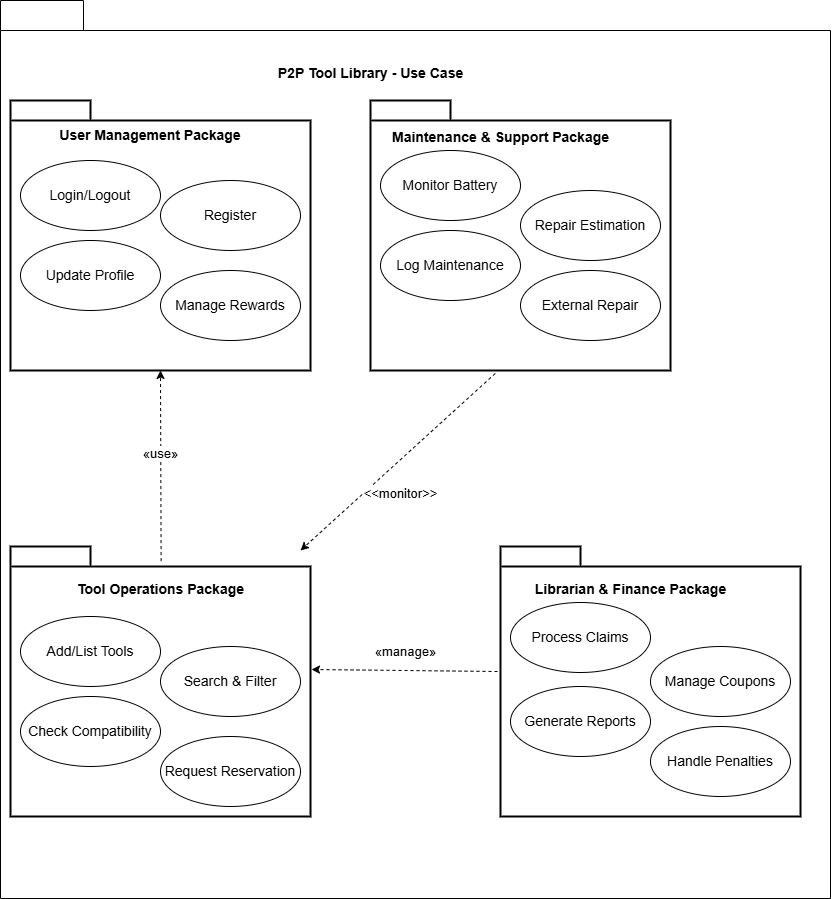
Above: SE Project/Package/usecasepackage.png in M7moudAbdallah01/P2P-Specialized-Tool-Library-SE1- (draw.io), before the change. Source tidied: cells renumbered, new cells last; positions are measured from the earlier drawing's top-left corner, leaving out a move shared by most shapes.
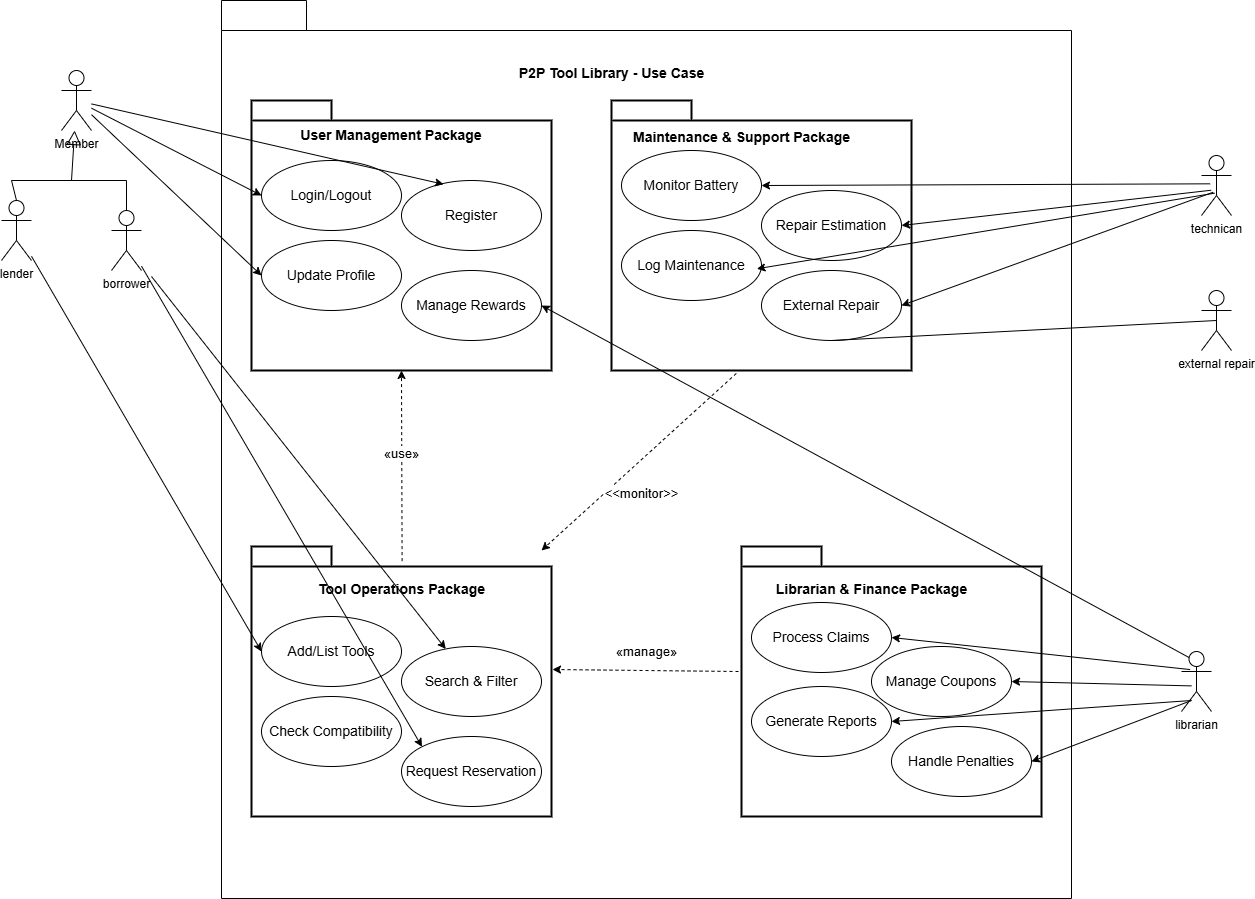
After the change.

Diff of the diagram source:
```diff
@@ -3,7 +3,7 @@
     <mxCell id="0" />
     <mxCell id="1" parent="0" />
     <mxCell id="2" style="shape=folder;fontStyle=1;tabWidth=80;tabHeight=30;tabPosition=left;html=1;boundedLbl=1;whiteSpace=wrap;" parent="1" vertex="1">
-      <mxGeometry width="830" height="898" as="geometry" />
+      <mxGeometry x="-20" width="850" height="898" as="geometry" />
     </mxCell>
     <mxCell id="3" style="shape=folder;tabWidth=80;tabHeight=20;tabPosition=left;strokeWidth=2;html=1;whiteSpace=wrap;align=center;" parent="1" vertex="1">
       <mxGeometry x="10" y="100" width="300" height="270" as="geometry" />
@@ -69,7 +69,7 @@
       <mxGeometry x="510" y="602" width="140" height="70" as="geometry" />
     </mxCell>
     <mxCell id="24" value="&lt;span style=&quot;font-family: sans-serif; font-size: 14px; text-align: start; white-space: nowrap; background-color: rgb(255, 255, 255);&quot;&gt;Manage Coupons&lt;/span&gt;" style="ellipse;whiteSpace=wrap;html=1;" parent="1" vertex="1">
-      <mxGeometry x="650" y="646" width="140" height="70" as="geometry" />
+      <mxGeometry x="630" y="646" width="140" height="70" as="geometry" />
     </mxCell>
     <mxCell id="25" value="&lt;span style=&quot;font-family: sans-serif; font-size: 14px; text-align: start; white-space: nowrap; background-color: rgb(255, 255, 255);&quot;&gt;Generate Reports&lt;/span&gt;" style="ellipse;whiteSpace=wrap;html=1;" parent="1" vertex="1">
       <mxGeometry x="510" y="686" width="140" height="70" as="geometry" />
@@ -102,5 +102,92 @@
     <mxCell id="33" value="&lt;span style=&quot;font-family: sans-serif; font-size: 14px; text-align: start; background-color: rgb(255, 255, 255);&quot;&gt;P2P Tool Library - Use Case&lt;/span&gt;" style="text;align=center;fontStyle=1;verticalAlign=middle;spacingLeft=3;spacingRight=3;strokeColor=none;html=1;" parent="1" vertex="1">
       <mxGeometry x="330" y="60" width="80" height="26" as="geometry" />
     </mxCell>
+    <mxCell id="34" value="Member" style="shape=umlActor;verticalLabelPosition=bottom;verticalAlign=top;html=1;outlineConnect=0;" parent="1" vertex="1">
+      <mxGeometry x="-180" y="70" width="30" height="60" as="geometry" />
+    </mxCell>
+    <mxCell id="35" value="lender" style="shape=umlActor;verticalLabelPosition=bottom;verticalAlign=top;html=1;outlineConnect=0;" parent="1" vertex="1">
+      <mxGeometry x="-240" y="200" width="30" height="60" as="geometry" />
+    </mxCell>
+    <mxCell id="36" value="borrower" style="shape=umlActor;verticalLabelPosition=bottom;verticalAlign=top;html=1;outlineConnect=0;" parent="1" vertex="1">
+      <mxGeometry x="-130" y="210" width="30" height="60" as="geometry" />
+    </mxCell>
+    <mxCell id="37" style="endArrow=none;html=1;rounded=0;entryX=0.5;entryY=0;entryDx=0;entryDy=0;entryPerimeter=0;exitX=0.5;exitY=0;exitDx=0;exitDy=0;exitPerimeter=0;" parent="1" edge="1" source="35" target="36">
+      <mxGeometry relative="1" as="geometry">
+        <Array as="points">
+          <mxPoint x="-230" y="180" />
+          <mxPoint x="-115" y="180" />
+        </Array>
+      </mxGeometry>
+    </mxCell>
+    <mxCell id="38" style="edgeStyle=none;html=1;endArrow=block;endFill=0;endSize=12;verticalAlign=bottom;rounded=0;" parent="1" edge="1" target="34">
+      <mxGeometry relative="1" as="geometry">
+        <mxPoint x="-170" y="180" as="sourcePoint" />
+      </mxGeometry>
+    </mxCell>
+    <mxCell id="39" style="edgeStyle=none;html=1;endArrow=classic;verticalAlign=bottom;rounded=0;entryX=0;entryY=0.5;entryDx=0;entryDy=0;endFill=1;" parent="1" edge="1" source="34" target="5">
+      <mxGeometry relative="1" as="geometry" />
+    </mxCell>
+    <mxCell id="40" style="edgeStyle=none;html=1;endArrow=classic;verticalAlign=bottom;rounded=0;entryX=0.3;entryY=0.054;entryDx=0;entryDy=0;endFill=1;entryPerimeter=0;" parent="1" edge="1" source="34" target="6">
+      <mxGeometry relative="1" as="geometry" />
+    </mxCell>
+    <mxCell id="41" style="edgeStyle=none;html=1;endArrow=classic;verticalAlign=bottom;rounded=0;entryX=0;entryY=0.5;entryDx=0;entryDy=0;endFill=1;" parent="1" edge="1" source="34" target="7">
+      <mxGeometry relative="1" as="geometry" />
+    </mxCell>
+    <mxCell id="42" style="edgeStyle=none;html=1;endArrow=classic;verticalAlign=bottom;rounded=0;entryX=0;entryY=0.5;entryDx=0;entryDy=0;endFill=1;" parent="1" edge="1" source="35" target="17">
+      <mxGeometry relative="1" as="geometry" />
+    </mxCell>
+    <mxCell id="43" style="edgeStyle=none;html=1;endArrow=classic;verticalAlign=bottom;rounded=0;entryX=0;entryY=0;entryDx=0;entryDy=0;endFill=1;" parent="1" edge="1" source="36" target="20">
+      <mxGeometry relative="1" as="geometry" />
+    </mxCell>
+    <mxCell id="44" style="edgeStyle=none;html=1;endArrow=classic;verticalAlign=bottom;rounded=0;endFill=1;" parent="1" edge="1" target="18">
+      <mxGeometry relative="1" as="geometry">
+        <mxPoint x="-90" y="276" as="sourcePoint" />
+      </mxGeometry>
+    </mxCell>
+    <mxCell id="45" value="librarian" style="shape=umlActor;html=1;verticalLabelPosition=bottom;verticalAlign=top;align=center;" parent="1" vertex="1">
+      <mxGeometry x="940" y="651" width="30" height="60" as="geometry" />
+    </mxCell>
+    <mxCell id="46" style="edgeStyle=none;html=1;endArrow=none;verticalAlign=bottom;rounded=0;endFill=0;startArrow=classic;startFill=1;exitX=1;exitY=0.5;exitDx=0;exitDy=0;" parent="1" edge="1" source="24">
+      <mxGeometry relative="1" as="geometry">
+        <mxPoint x="950" y="685.4" as="targetPoint" />
+      </mxGeometry>
+    </mxCell>
+    <mxCell id="47" style="edgeStyle=none;html=1;endArrow=none;verticalAlign=bottom;rounded=0;exitX=1;exitY=0.5;exitDx=0;exitDy=0;startArrow=classic;startFill=1;" parent="1" edge="1" source="26">
+      <mxGeometry relative="1" as="geometry">
+        <mxPoint x="950" y="700" as="targetPoint" />
+      </mxGeometry>
+    </mxCell>
+    <mxCell id="48" style="edgeStyle=none;html=1;endArrow=none;verticalAlign=bottom;rounded=0;exitX=1;exitY=0.5;exitDx=0;exitDy=0;entryX=0.288;entryY=0.301;entryDx=0;entryDy=0;entryPerimeter=0;startArrow=classic;startFill=1;" parent="1" edge="1" source="23" target="45">
+      <mxGeometry relative="1" as="geometry" />
+    </mxCell>
+    <mxCell id="49" style="edgeStyle=none;html=1;endArrow=none;verticalAlign=bottom;rounded=0;exitX=1;exitY=0.5;exitDx=0;exitDy=0;startArrow=classic;startFill=1;" parent="1" edge="1" source="25">
+      <mxGeometry relative="1" as="geometry">
+        <mxPoint x="950" y="700" as="targetPoint" />
+      </mxGeometry>
+    </mxCell>
+    <mxCell id="50" style="edgeStyle=none;html=1;endArrow=none;verticalAlign=bottom;rounded=0;exitX=1;exitY=0.5;exitDx=0;exitDy=0;entryX=0.25;entryY=0.1;entryDx=0;entryDy=0;entryPerimeter=0;startArrow=classic;startFill=1;" parent="1" edge="1" source="8" target="45">
+      <mxGeometry relative="1" as="geometry" />
+    </mxCell>
+    <mxCell id="51" value="technican" style="shape=umlActor;html=1;verticalLabelPosition=bottom;verticalAlign=top;align=center;" parent="1" vertex="1">
+      <mxGeometry x="960" y="155" width="30" height="60" as="geometry" />
+    </mxCell>
+    <mxCell id="52" style="edgeStyle=none;html=1;endArrow=none;verticalAlign=bottom;rounded=0;exitX=1;exitY=0.5;exitDx=0;exitDy=0;entryX=0.289;entryY=0.472;entryDx=0;entryDy=0;entryPerimeter=0;startArrow=classic;startFill=1;" parent="1" edge="1" source="11" target="51">
+      <mxGeometry relative="1" as="geometry" />
+    </mxCell>
+    <mxCell id="53" style="edgeStyle=none;html=1;endArrow=none;verticalAlign=bottom;rounded=0;exitX=1;exitY=0.5;exitDx=0;exitDy=0;entryX=0.322;entryY=0.579;entryDx=0;entryDy=0;entryPerimeter=0;startArrow=classic;startFill=1;" parent="1" edge="1" source="12" target="51">
+      <mxGeometry relative="1" as="geometry" />
+    </mxCell>
+    <mxCell id="54" style="edgeStyle=none;html=1;endArrow=none;verticalAlign=bottom;rounded=0;exitX=1;exitY=0.5;exitDx=0;exitDy=0;entryX=0.388;entryY=0.612;entryDx=0;entryDy=0;entryPerimeter=0;startArrow=classic;startFill=1;" parent="1" edge="1" source="14" target="51">
+      <mxGeometry relative="1" as="geometry" />
+    </mxCell>
+    <mxCell id="55" style="edgeStyle=none;html=1;endArrow=none;verticalAlign=bottom;rounded=0;exitX=0.967;exitY=0.547;exitDx=0;exitDy=0;exitPerimeter=0;entryX=0.437;entryY=0.628;entryDx=0;entryDy=0;entryPerimeter=0;startArrow=classic;startFill=1;" parent="1" edge="1" source="13" target="51">
+      <mxGeometry relative="1" as="geometry" />
+    </mxCell>
+    <mxCell id="56" value="external repair" style="shape=umlActor;html=1;verticalLabelPosition=bottom;verticalAlign=top;align=center;" parent="1" vertex="1">
+      <mxGeometry x="960" y="290" width="30" height="60" as="geometry" />
+    </mxCell>
+    <mxCell id="57" style="edgeStyle=none;html=1;endArrow=none;verticalAlign=bottom;rounded=0;exitX=0.5;exitY=1;exitDx=0;exitDy=0;entryX=0.5;entryY=0.5;entryDx=0;entryDy=0;entryPerimeter=0;" parent="1" edge="1" source="14" target="56">
+      <mxGeometry relative="1" as="geometry" />
+    </mxCell>
   </root>
 </mxGraphModel>
```
